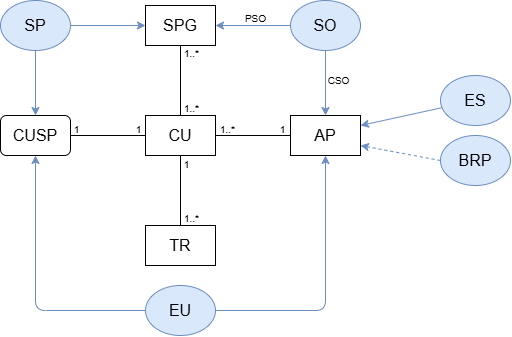
Above: docs/diagrams/conceptual_model.drawio.png in elhub/flex-information-system (draw.io), before the change. Source tidied: cells renumbered, new cells last; positions are measured from the earlier drawing's top-left corner, leaving out a move shared by most shapes.
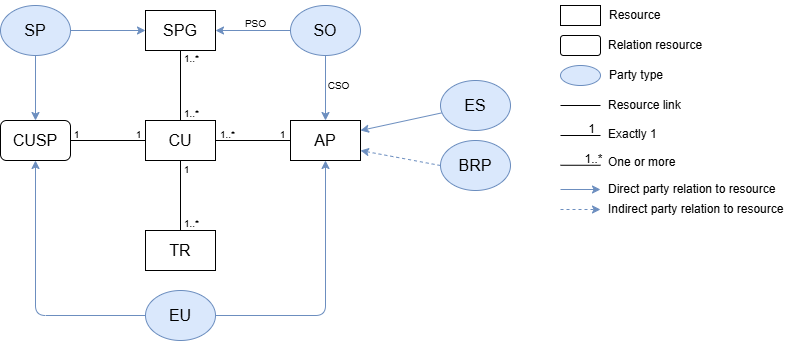
Later version of the same file.

Commit message:
docs: conceptual model

The edit, as a diff of the source:
```diff
@@ -106,5 +106,74 @@
     <mxCell id="33" value="PSO" style="text;html=1;align=center;verticalAlign=middle;strokeColor=none;fillColor=none;fontSize=10;" parent="1" vertex="1">
       <mxGeometry x="235" y="3" width="40" height="30" as="geometry" />
     </mxCell>
+    <mxCell id="34" style="edgeStyle=none;html=1;strokeColor=#6c8ebf;fillColor=#dae8fc;" parent="1" edge="1">
+      <mxGeometry relative="1" as="geometry">
+        <mxPoint x="560" y="184" as="sourcePoint" />
+        <mxPoint x="600" y="184" as="targetPoint" />
+      </mxGeometry>
+    </mxCell>
+    <mxCell id="35" style="edgeStyle=none;html=1;strokeColor=#6c8ebf;fillColor=#dae8fc;dashed=1;" parent="1" edge="1">
+      <mxGeometry relative="1" as="geometry">
+        <mxPoint x="560" y="204" as="sourcePoint" />
+        <mxPoint x="600" y="204" as="targetPoint" />
+      </mxGeometry>
+    </mxCell>
+    <mxCell id="36" style="edgeStyle=none;html=1;endArrow=none;endFill=0;" parent="1" edge="1">
+      <mxGeometry relative="1" as="geometry">
+        <mxPoint x="560" y="100" as="sourcePoint" />
+        <mxPoint x="600" y="100" as="targetPoint" />
+      </mxGeometry>
+    </mxCell>
+    <mxCell id="37" style="rounded=1;whiteSpace=wrap;html=1;fontSize=16;" parent="1" vertex="1">
+      <mxGeometry x="560" y="30" width="40" height="20" as="geometry" />
+    </mxCell>
+    <mxCell id="38" style="ellipse;whiteSpace=wrap;html=1;strokeColor=#6c8ebf;fillColor=#dae8fc;" parent="1" vertex="1">
+      <mxGeometry x="560" y="60" width="40" height="20" as="geometry" />
+    </mxCell>
+    <mxCell id="39" style="rounded=0;whiteSpace=wrap;html=1;fontSize=16;" parent="1" vertex="1">
+      <mxGeometry x="560" width="40" height="20" as="geometry" />
+    </mxCell>
+    <mxCell id="40" value="Resource link" style="text;html=1;align=left;verticalAlign=middle;whiteSpace=wrap;rounded=0;" parent="1" vertex="1">
+      <mxGeometry x="606" y="85" width="90" height="30" as="geometry" />
+    </mxCell>
+    <mxCell id="41" value="Direct party relation to resource" style="text;html=1;align=left;verticalAlign=middle;whiteSpace=wrap;rounded=0;" parent="1" vertex="1">
+      <mxGeometry x="606" y="169" width="184" height="30" as="geometry" />
+    </mxCell>
+    <mxCell id="42" value="Indirect party relation to resource" style="text;html=1;align=left;verticalAlign=middle;whiteSpace=wrap;rounded=0;" parent="1" vertex="1">
+      <mxGeometry x="606" y="189" width="184" height="30" as="geometry" />
+    </mxCell>
+    <mxCell id="43" value="Resource&lt;span style=&quot;font-family: monospace; font-size: 0px; text-wrap-mode: nowrap;&quot;&gt;%3CmxGraphModel%3E%3Croot%3E%3CmxCell%20id%3D%220%22%2F%3E%3CmxCell%20id%3D%221%22%20parent%3D%220%22%2F%3E%3CmxCell%20id%3D%222%22%20value%3D%22Party%20own%22%20style%3D%22text%3Bhtml%3D1%3Balign%3Dleft%3BverticalAlign%3Dmiddle%3BwhiteSpace%3Dwrap%3Brounded%3D0%3B%22%20vertex%3D%221%22%20parent%3D%221%22%3E%3CmxGeometry%20x%3D%22126%22%20y%3D%22665%22%20width%3D%2290%22%20height%3D%2230%22%20as%3D%22geometry%22%2F%3E%3C%2FmxCell%3E%3C%2Froot%3E%3C%2FmxGraphModel%3E&lt;/span&gt;" style="text;html=1;align=left;verticalAlign=middle;whiteSpace=wrap;rounded=0;" parent="1" vertex="1">
+      <mxGeometry x="607" y="-5" width="90" height="30" as="geometry" />
+    </mxCell>
+    <mxCell id="44" value="Relation resource" style="text;html=1;align=left;verticalAlign=middle;whiteSpace=wrap;rounded=0;" parent="1" vertex="1">
+      <mxGeometry x="606" y="25" width="104" height="30" as="geometry" />
+    </mxCell>
+    <mxCell id="45" value="Party type" style="text;html=1;align=left;verticalAlign=middle;whiteSpace=wrap;rounded=0;" parent="1" vertex="1">
+      <mxGeometry x="607" y="55" width="90" height="30" as="geometry" />
+    </mxCell>
+    <mxCell id="46" value="1..*" style="text;html=1;align=center;verticalAlign=middle;strokeColor=none;fillColor=none;fontSize=12;" parent="1" vertex="1">
+      <mxGeometry x="573" y="139" width="40" height="30" as="geometry" />
+    </mxCell>
+    <mxCell id="47" value="1" style="text;html=1;align=center;verticalAlign=middle;strokeColor=none;fillColor=none;fontSize=12;" parent="1" vertex="1">
+      <mxGeometry x="576" y="109" width="30" height="30" as="geometry" />
+    </mxCell>
+    <mxCell id="48" value="Exactly 1&lt;span style=&quot;font-family: monospace; font-size: 0px; text-wrap-mode: nowrap;&quot;&gt;%3CmxGraphModel%3E%3Croot%3E%3CmxCell%20id%3D%220%22%2F%3E%3CmxCell%20id%3D%221%22%20parent%3D%220%22%2F%3E%3CmxCell%20id%3D%222%22%20value%3D%22Resource%20link%22%20style%3D%22text%3Bhtml%3D1%3Balign%3Dleft%3BverticalAlign%3Dmiddle%3BwhiteSpace%3Dwrap%3Brounded%3D0%3B%22%20vertex%3D%221%22%20parent%3D%221%22%3E%3CmxGeometry%20x%3D%22816%22%20y%3D%22490%22%20width%3D%2290%22%20height%3D%2230%22%20as%3D%22geometry%22%2F%3E%3C%2FmxCell%3E%3C%2Froot%3E%3C%2FmxGraphModel%3E&lt;/span&gt;" style="text;html=1;align=left;verticalAlign=middle;whiteSpace=wrap;rounded=0;" parent="1" vertex="1">
+      <mxGeometry x="606" y="114" width="90" height="30" as="geometry" />
+    </mxCell>
+    <mxCell id="49" value="One or more" style="text;html=1;align=left;verticalAlign=middle;whiteSpace=wrap;rounded=0;" parent="1" vertex="1">
+      <mxGeometry x="606" y="142" width="90" height="30" as="geometry" />
+    </mxCell>
+    <mxCell id="50" style="edgeStyle=none;html=1;endArrow=none;endFill=0;" parent="1" edge="1">
+      <mxGeometry relative="1" as="geometry">
+        <mxPoint x="560" y="130" as="sourcePoint" />
+        <mxPoint x="600" y="130" as="targetPoint" />
+      </mxGeometry>
+    </mxCell>
+    <mxCell id="51" style="edgeStyle=none;html=1;endArrow=none;endFill=0;" parent="1" edge="1">
+      <mxGeometry relative="1" as="geometry">
+        <mxPoint x="560" y="159.8" as="sourcePoint" />
+        <mxPoint x="600" y="159.8" as="targetPoint" />
+      </mxGeometry>
+    </mxCell>
   </root>
 </mxGraphModel>
```
